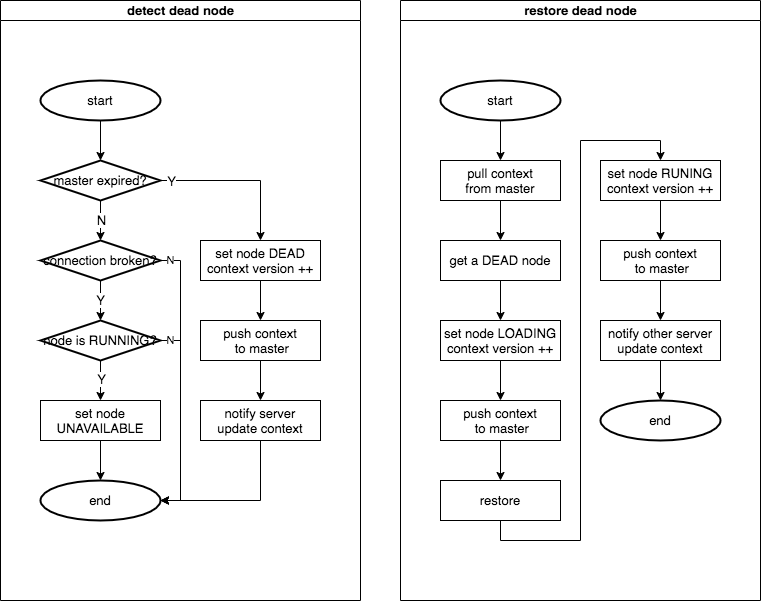
Above: documents/restore.drawio.png in 4paradigm/parameter-server (draw.io), before the change. Source tidied: cells renumbered, new cells last; positions are measured from the earlier drawing's top-left corner, leaving out a move shared by most shapes.
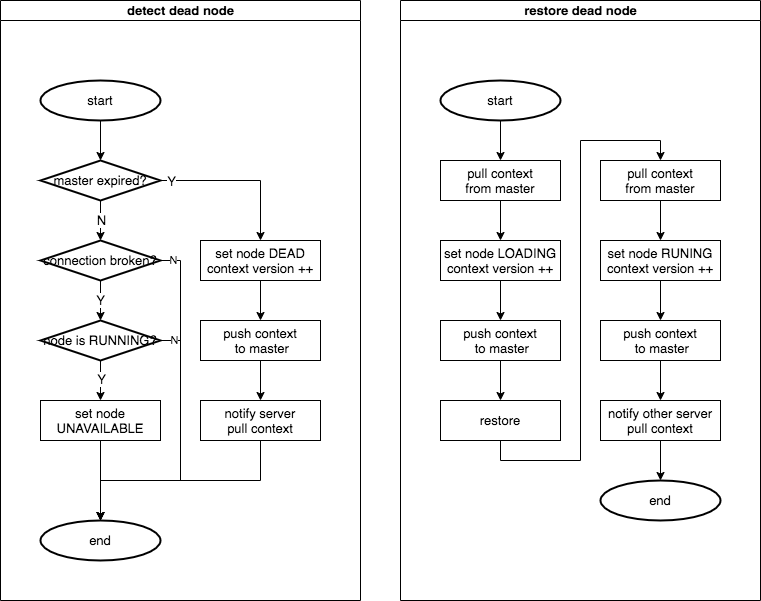
The same file after the commit.

Diff of the diagram source:
```diff
@@ -41,8 +41,14 @@
     <mxCell id="12" value="Y" style="edgeStyle=orthogonalEdgeStyle;rounded=0;jettySize=auto;html=1;exitX=0.5;exitY=1;exitDx=0;exitDy=0;exitPerimeter=0;entryX=0.5;entryY=0;entryDx=0;entryDy=0;entryPerimeter=0;fontSize=13;" parent="2" edge="1" source="15" target="22">
       <mxGeometry relative="1" as="geometry" />
     </mxCell>
-    <mxCell id="13" style="edgeStyle=orthogonalEdgeStyle;rounded=0;jettySize=auto;html=1;exitX=1;exitY=0.5;exitDx=0;exitDy=0;exitPerimeter=0;entryX=1;entryY=0.5;entryDx=0;entryDy=0;entryPerimeter=0;fontSize=13;" parent="2" edge="1" source="15" target="24">
-      <mxGeometry relative="1" as="geometry" />
+    <mxCell id="13" style="edgeStyle=orthogonalEdgeStyle;rounded=0;jettySize=auto;html=1;exitX=1;exitY=0.5;exitDx=0;exitDy=0;exitPerimeter=0;fontSize=13;entryX=0.5;entryY=0;entryDx=0;entryDy=0;entryPerimeter=0;" parent="2" edge="1" source="15" target="24">
+      <mxGeometry relative="1" as="geometry">
+        <Array as="points">
+          <mxPoint x="180" y="260" />
+          <mxPoint x="180" y="480" />
+          <mxPoint x="100" y="480" />
+        </Array>
+      </mxGeometry>
     </mxCell>
     <mxCell id="14" value="N" style="edgeLabel;html=1;align=center;verticalAlign=middle;" parent="13" vertex="1">
       <mxGeometry x="-0.94" y="1" relative="1" as="geometry">
@@ -64,8 +70,15 @@
     <mxCell id="19" value="Y" style="edgeLabel;html=1;align=center;verticalAlign=middle;fontSize=13;" parent="18" vertex="1">
       <mxGeometry x="-0.1" relative="1" as="geometry" />
     </mxCell>
-    <mxCell id="20" style="edgeStyle=orthogonalEdgeStyle;rounded=0;jettySize=auto;html=1;exitX=1;exitY=0.5;exitDx=0;exitDy=0;exitPerimeter=0;entryX=1;entryY=0.5;entryDx=0;entryDy=0;entryPerimeter=0;" parent="2" edge="1" source="22" target="24">
-      <mxGeometry relative="1" as="geometry" />
+    <mxCell id="20" style="edgeStyle=orthogonalEdgeStyle;rounded=0;jettySize=auto;html=1;exitX=1;exitY=0.5;exitDx=0;exitDy=0;exitPerimeter=0;" parent="2" edge="1" source="22">
+      <mxGeometry relative="1" as="geometry">
+        <mxPoint x="100" y="520" as="targetPoint" />
+        <Array as="points">
+          <mxPoint x="180" y="340" />
+          <mxPoint x="180" y="480" />
+          <mxPoint x="100" y="480" />
+        </Array>
+      </mxGeometry>
     </mxCell>
     <mxCell id="21" value="N" style="edgeLabel;html=1;align=center;verticalAlign=middle;" parent="20" vertex="1">
       <mxGeometry x="-0.92" y="1" relative="1" as="geometry">
@@ -79,9 +92,9 @@
       <mxGeometry relative="1" as="geometry" />
     </mxCell>
     <mxCell id="24" value="end" style="strokeWidth=2;html=1;shape=mxgraph.flowchart.start_1;whiteSpace=wrap;fontSize=13;" parent="2" vertex="1">
-      <mxGeometry x="40" y="480" width="120" height="40" as="geometry" />
+      <mxGeometry x="40" y="520" width="120" height="40" as="geometry" />
     </mxCell>
-    <mxCell id="25" style="edgeStyle=orthogonalEdgeStyle;rounded=0;jettySize=auto;html=1;fontSize=13;entryX=1;entryY=0.5;entryDx=0;entryDy=0;entryPerimeter=0;exitX=0.5;exitY=1;exitDx=0;exitDy=0;" parent="2" edge="1" source="28" target="24">
+    <mxCell id="25" style="edgeStyle=orthogonalEdgeStyle;rounded=0;jettySize=auto;html=1;fontSize=13;entryX=0.5;entryY=0;entryDx=0;entryDy=0;entryPerimeter=0;exitX=0.5;exitY=1;exitDx=0;exitDy=0;" parent="2" edge="1" source="28" target="24">
       <mxGeometry relative="1" as="geometry" />
     </mxCell>
     <mxCell id="26" style="edgeStyle=orthogonalEdgeStyle;rounded=0;jettySize=auto;html=1;exitX=0.5;exitY=1;exitDx=0;exitDy=0;fontSize=13;" parent="2" edge="1" source="27" target="28">
@@ -90,7 +103,7 @@
     <mxCell id="27" value="push context&lt;br&gt;&amp;nbsp;to master" style="rounded=0;whiteSpace=wrap;html=1;fontSize=13;" parent="2" vertex="1">
       <mxGeometry x="200" y="320" width="120" height="40" as="geometry" />
     </mxCell>
-    <mxCell id="28" value="notify server&lt;br&gt;update context" style="rounded=0;whiteSpace=wrap;html=1;fontSize=13;" parent="2" vertex="1">
+    <mxCell id="28" value="notify server&lt;br&gt;pull context" style="rounded=0;whiteSpace=wrap;html=1;fontSize=13;" parent="2" vertex="1">
       <mxGeometry x="200" y="400" width="120" height="40" as="geometry" />
     </mxCell>
     <mxCell id="29" value="restore dead node" style="swimlane;html=1;startSize=20;fontSize=13;" parent="1" vertex="1">
@@ -109,44 +122,38 @@
     <mxCell id="32" value="start" style="strokeWidth=2;html=1;shape=mxgraph.flowchart.start_1;whiteSpace=wrap;fontSize=13;" parent="29" vertex="1">
       <mxGeometry x="40" y="80" width="120" height="40" as="geometry" />
     </mxCell>
-    <mxCell id="33" style="edgeStyle=orthogonalEdgeStyle;rounded=0;jettySize=auto;html=1;entryX=0.5;entryY=0;entryDx=0;entryDy=0;fontSize=13;" parent="29" edge="1" source="34" target="36">
+    <mxCell id="33" style="edgeStyle=orthogonalEdgeStyle;rounded=0;jettySize=auto;html=1;entryX=0.5;entryY=0;entryDx=0;entryDy=0;fontSize=13;" parent="29" edge="1" source="34" target="38">
       <mxGeometry relative="1" as="geometry" />
     </mxCell>
     <mxCell id="34" value="pull context&lt;br&gt;from master" style="rounded=0;whiteSpace=wrap;html=1;fontSize=13;" parent="29" vertex="1">
       <mxGeometry x="40" y="160" width="120" height="40" as="geometry" />
     </mxCell>
-    <mxCell id="35" style="edgeStyle=orthogonalEdgeStyle;rounded=0;jettySize=auto;html=1;exitX=0.5;exitY=1;exitDx=0;exitDy=0;entryX=0.5;entryY=0;entryDx=0;entryDy=0;fontSize=13;" parent="29" edge="1" source="36" target="38">
-      <mxGeometry relative="1" as="geometry" />
-    </mxCell>
-    <mxCell id="36" value="get a DEAD node" style="rounded=0;whiteSpace=wrap;html=1;fontSize=13;" parent="29" vertex="1">
-      <mxGeometry x="40" y="240" width="120" height="40" as="geometry" />
-    </mxCell>
     <mxCell id="37" style="edgeStyle=orthogonalEdgeStyle;rounded=0;jettySize=auto;html=1;entryX=0.5;entryY=0;entryDx=0;entryDy=0;fontSize=13;" parent="29" edge="1" source="38" target="39">
       <mxGeometry relative="1" as="geometry" />
     </mxCell>
     <mxCell id="38" value="set node LOADING&lt;br&gt;context version ++" style="rounded=0;whiteSpace=wrap;html=1;fontSize=13;" parent="29" vertex="1">
-      <mxGeometry x="40" y="320" width="120" height="40" as="geometry" />
+      <mxGeometry x="40" y="240" width="120" height="40" as="geometry" />
     </mxCell>
     <mxCell id="39" value="push context&lt;br&gt;&amp;nbsp;to master" style="rounded=0;whiteSpace=wrap;html=1;fontSize=13;" parent="29" vertex="1">
-      <mxGeometry x="40" y="400" width="120" height="40" as="geometry" />
+      <mxGeometry x="40" y="320" width="120" height="40" as="geometry" />
     </mxCell>
     <mxCell id="40" value="restore" style="rounded=0;whiteSpace=wrap;html=1;fontSize=13;" parent="29" vertex="1">
-      <mxGeometry x="40" y="480" width="120" height="40" as="geometry" />
+      <mxGeometry x="40" y="400" width="120" height="40" as="geometry" />
     </mxCell>
     <mxCell id="41" style="edgeStyle=orthogonalEdgeStyle;rounded=0;jettySize=auto;html=1;entryX=0.5;entryY=0;entryDx=0;entryDy=0;fontSize=13;" parent="29" edge="1" source="42" target="45">
       <mxGeometry relative="1" as="geometry" />
     </mxCell>
     <mxCell id="42" value="set node RUNING&lt;br&gt;context version ++" style="rounded=0;whiteSpace=wrap;html=1;fontSize=13;" parent="29" vertex="1">
-      <mxGeometry x="200" y="160" width="120" height="40" as="geometry" />
+      <mxGeometry x="200" y="240" width="120" height="40" as="geometry" />
     </mxCell>
-    <mxCell id="43" style="edgeStyle=orthogonalEdgeStyle;rounded=0;jettySize=auto;html=1;exitX=0.5;exitY=1;exitDx=0;exitDy=0;fontSize=13;entryX=0.5;entryY=0;entryDx=0;entryDy=0;" parent="29" edge="1" source="40" target="42">
+    <mxCell id="43" style="edgeStyle=orthogonalEdgeStyle;rounded=0;jettySize=auto;html=1;exitX=0.5;exitY=1;exitDx=0;exitDy=0;fontSize=13;entryX=0.5;entryY=0;entryDx=0;entryDy=0;" parent="29" edge="1" source="40" target="51">
       <mxGeometry relative="1" as="geometry" />
     </mxCell>
     <mxCell id="44" style="edgeStyle=orthogonalEdgeStyle;rounded=0;jettySize=auto;html=1;entryX=0.5;entryY=0;entryDx=0;entryDy=0;fontSize=13;" parent="29" edge="1" source="45" target="48">
       <mxGeometry relative="1" as="geometry" />
     </mxCell>
     <mxCell id="45" value="push context&lt;br&gt;&amp;nbsp;to master" style="rounded=0;whiteSpace=wrap;html=1;fontSize=13;" parent="29" vertex="1">
-      <mxGeometry x="200" y="240" width="120" height="40" as="geometry" />
+      <mxGeometry x="200" y="320" width="120" height="40" as="geometry" />
     </mxCell>
     <mxCell id="46" style="edgeStyle=orthogonalEdgeStyle;rounded=0;jettySize=auto;html=1;fontSize=13;entryX=0.5;entryY=0;entryDx=0;entryDy=0;" parent="29" edge="1" source="39" target="40">
       <mxGeometry relative="1" as="geometry" />
@@ -154,11 +161,17 @@
     <mxCell id="47" style="edgeStyle=orthogonalEdgeStyle;rounded=0;jettySize=auto;html=1;entryX=0.5;entryY=0;entryDx=0;entryDy=0;entryPerimeter=0;" parent="29" edge="1" source="48" target="49">
       <mxGeometry relative="1" as="geometry" />
     </mxCell>
-    <mxCell id="48" value="notify other server&lt;br&gt;update context" style="rounded=0;whiteSpace=wrap;html=1;fontSize=13;" parent="29" vertex="1">
-      <mxGeometry x="200" y="320" width="120" height="40" as="geometry" />
+    <mxCell id="48" value="notify other server&lt;br&gt;pull context" style="rounded=0;whiteSpace=wrap;html=1;fontSize=13;" parent="29" vertex="1">
+      <mxGeometry x="200" y="400" width="120" height="40" as="geometry" />
     </mxCell>
     <mxCell id="49" value="end" style="strokeWidth=2;html=1;shape=mxgraph.flowchart.start_1;whiteSpace=wrap;fontSize=13;" parent="29" vertex="1">
-      <mxGeometry x="200" y="400" width="120" height="40" as="geometry" />
+      <mxGeometry x="200" y="480" width="120" height="40" as="geometry" />
     </mxCell>
+    <mxCell id="50" style="edgeStyle=orthogonalEdgeStyle;rounded=0;jettySize=auto;html=1;entryX=0.5;entryY=0;entryDx=0;entryDy=0;" parent="29" edge="1" source="51" target="42">
+      <mxGeometry relative="1" as="geometry" />
+    </mxCell>
+    <mxCell id="51" value="pull context&lt;br&gt;from master" style="rounded=0;whiteSpace=wrap;html=1;fontSize=13;" parent="29" vertex="1">
+      <mxGeometry x="200" y="160" width="120" height="40" as="geometry" />
+    </mxCell>
   </root>
 </mxGraphModel>
```
